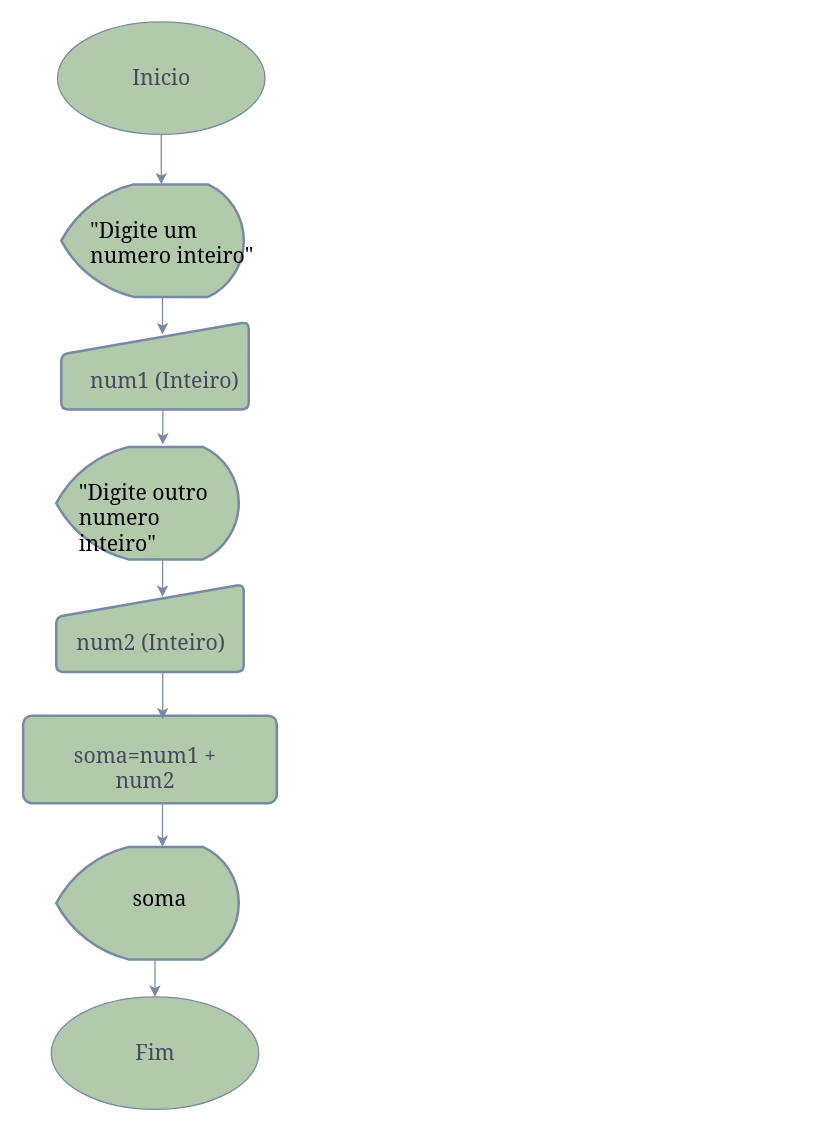
Above: SomaDoisNum.drawio in Buanasaur/Fluxogramas_FaculAtividades (draw.io), before the change. Source tidied: cells renumbered, new cells numbered last; positions are measured from the earlier drawing's top-left corner, leaving out a move shared by most shapes. Both pictures are drawn from the tidied source at 125%, with x=0, y=0 at pixel (22, 21).
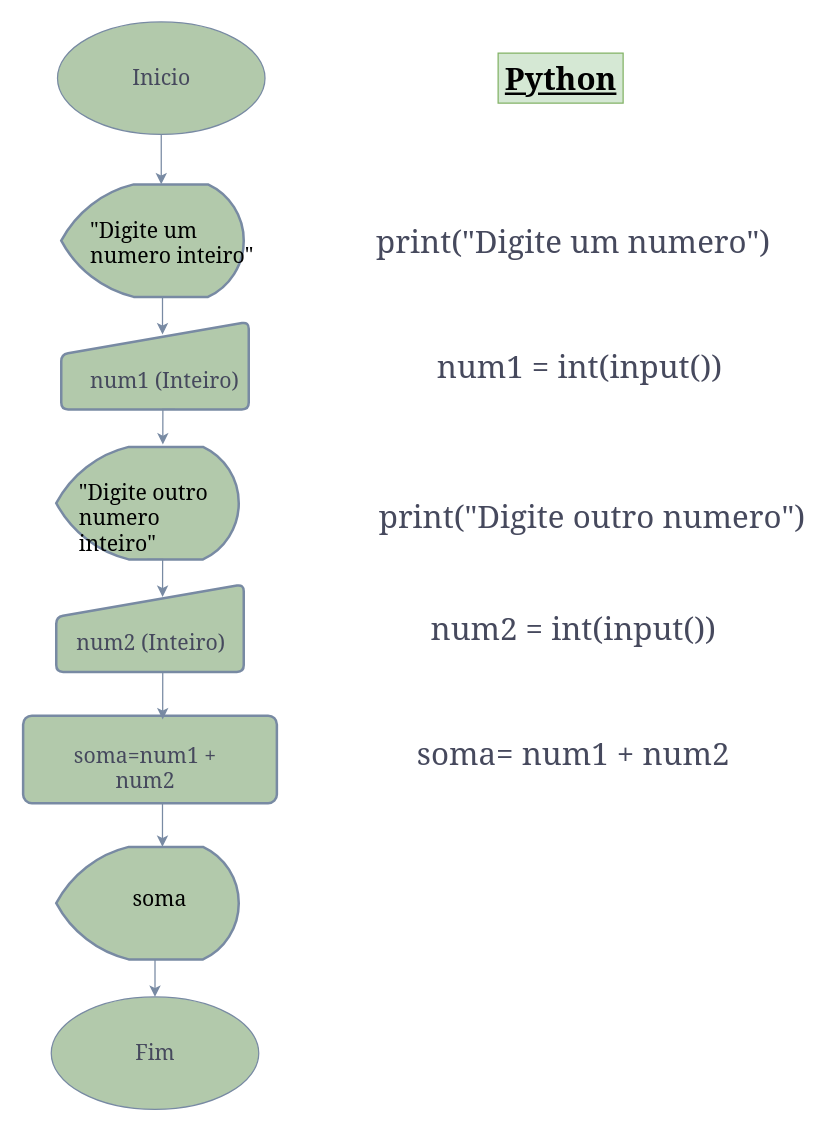
The same page after the edit.

Diff of the diagram source:
```diff
@@
+    <mxCell id="23" value="&lt;font face=&quot;Georgia&quot; style=&quot;font-size: 25px;&quot;&gt;&lt;span style=&quot;font-size: 25px;&quot;&gt;Python&lt;/span&gt;&lt;/font&gt;" style="text;html=1;align=center;verticalAlign=middle;strokeColor=#82b366;fillColor=#d5e8d4;fontSize=25;fontStyle=5;" parent="1" vertex="1">
+      <mxGeometry x="380" y="25" width="100" height="40" as="geometry" />
+    </mxCell>
+    <mxCell id="24" value="&lt;font face=&quot;Georgia&quot; style=&quot;font-size: 25px;&quot;&gt;&lt;span style=&quot;font-size: 25px;&quot;&gt;print(&quot;Digite um numero&quot;)&lt;/span&gt;&lt;/font&gt;" style="text;html=1;align=center;verticalAlign=middle;strokeColor=none;fillColor=none;fontColor=#46495D;fontSize=25;" parent="1" vertex="1">
+      <mxGeometry x="280" y="155" width="320" height="40" as="geometry" />
+    </mxCell>
+    <mxCell id="25" value="&lt;font face=&quot;Georgia&quot; style=&quot;font-size: 25px;&quot;&gt;&lt;span style=&quot;font-size: 25px;&quot;&gt;print(&quot;Digite outro numero&quot;)&lt;/span&gt;&lt;/font&gt;" style="text;html=1;align=center;verticalAlign=middle;strokeColor=none;fillColor=none;fontColor=#46495D;fontSize=25;" parent="1" vertex="1">
+      <mxGeometry x="285" y="375" width="340" height="40" as="geometry" />
+    </mxCell>
+    <mxCell id="26" value="&lt;font face=&quot;Georgia&quot; style=&quot;font-size: 25px;&quot;&gt;&lt;span style=&quot;font-size: 25px;&quot;&gt;num1 = int(input())&lt;/span&gt;&lt;/font&gt;" style="text;html=1;align=center;verticalAlign=middle;strokeColor=none;fillColor=none;fontColor=#46495D;fontSize=25;" parent="1" vertex="1">
+      <mxGeometry x="325" y="255" width="240" height="40" as="geometry" />
+    </mxCell>
+    <mxCell id="27" value="&lt;font face=&quot;Georgia&quot; style=&quot;font-size: 25px;&quot;&gt;&lt;span style=&quot;font-size: 25px;&quot;&gt;num2 = int(input())&lt;/span&gt;&lt;/font&gt;" style="text;html=1;align=center;verticalAlign=middle;strokeColor=none;fillColor=none;fontColor=#46495D;fontSize=25;" parent="1" vertex="1">
+      <mxGeometry x="320" y="465" width="240" height="40" as="geometry" />
+    </mxCell>
+    <mxCell id="28" value="&lt;font face=&quot;Georgia&quot; style=&quot;font-size: 25px;&quot;&gt;&lt;span style=&quot;font-size: 25px;&quot;&gt;soma= num1 + num2&lt;/span&gt;&lt;/font&gt;" style="text;html=1;align=center;verticalAlign=middle;strokeColor=none;fillColor=none;fontColor=#46495D;fontSize=25;" parent="1" vertex="1">
+      <mxGeometry x="310" y="565" width="260" height="40" as="geometry" />
+    </mxCell>
```
